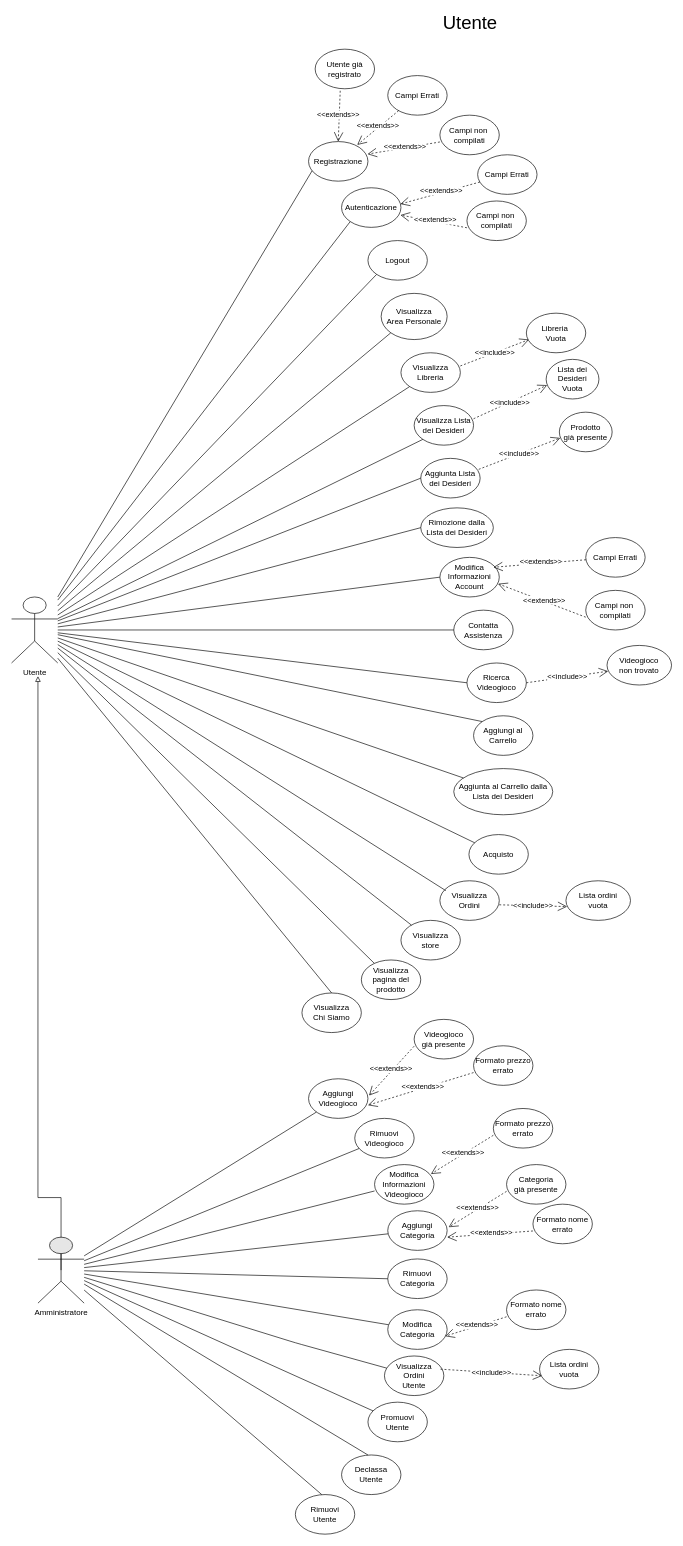
Earlier version of the draw.io diagram DELIVERABLES/RAD/Use Case Diagram/Untitled Diagram.drawio (cirofalcianoproductions/InfinityGames). Source tidied: cells renumbered, new cells numbered last; positions are measured from the earlier drawing's top-left corner, leaving out a move shared by most shapes. Both pictures are drawn from the tidied source at 66%, with x=0, y=0 at pixel (11, 16).
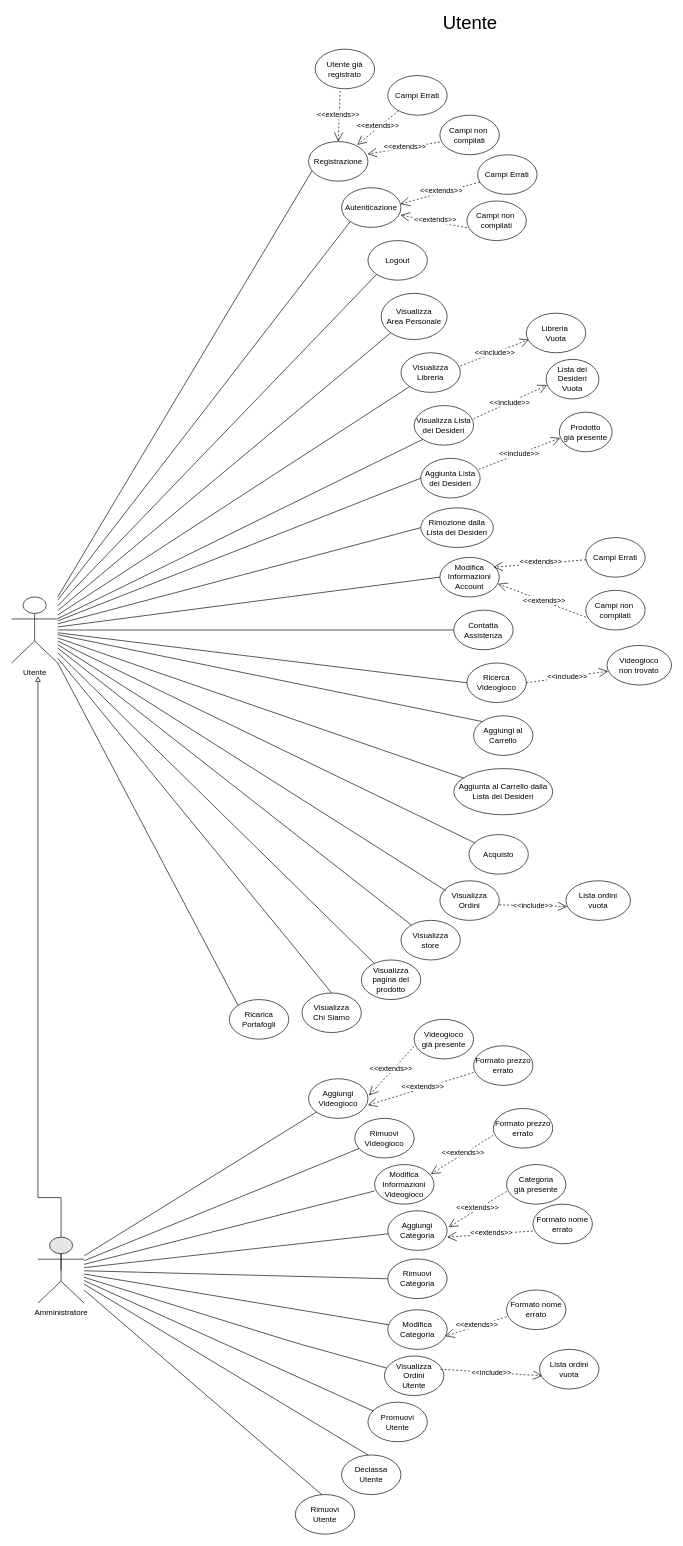
The same page after the edit.

Unchanged cells that the change refers to:
```xml
<mxCell id="2" value="Utente" style="shape=umlActor;verticalLabelPosition=bottom;verticalAlign=top;html=1;outlineConnect=0;" parent="1" vertex="1">
  <mxGeometry y="880" width="70" height="100" as="geometry" />
</mxCell>
```

What changed in the source:
```diff
@@
+    <mxCell id="100" style="rounded=0;jettySize=auto;html=1;exitX=1;exitY=1;exitDx=0;exitDy=0;exitPerimeter=0;entryX=0;entryY=0;entryDx=0;entryDy=0;endArrow=none;endFill=0;" parent="1" edge="1" source="2" target="101">
+      <mxGeometry relative="1" as="geometry" />
+    </mxCell>
@@
+    <mxCell id="101" value="Ricarica Portafogli" style="ellipse;whiteSpace=wrap;html=1;" parent="1" vertex="1">
+      <mxGeometry x="330" y="1490" width="90" height="60" as="geometry" />
+    </mxCell>
```
